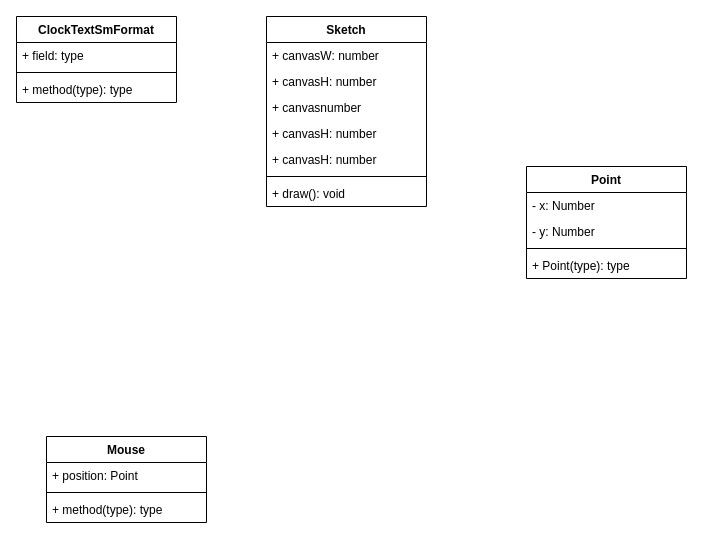
Earlier version of the draw.io diagram page "Page-1" (1 of 3) of bartlebyClock.dio (goingobsolete/bartgraphic). Source tidied: cells renumbered, new cells numbered last; positions are measured from the earlier drawing's top-left corner, leaving out a move shared by most shapes. Both pictures are drawn from the tidied source at 100%, with x=0, y=0 at pixel (16, 16).
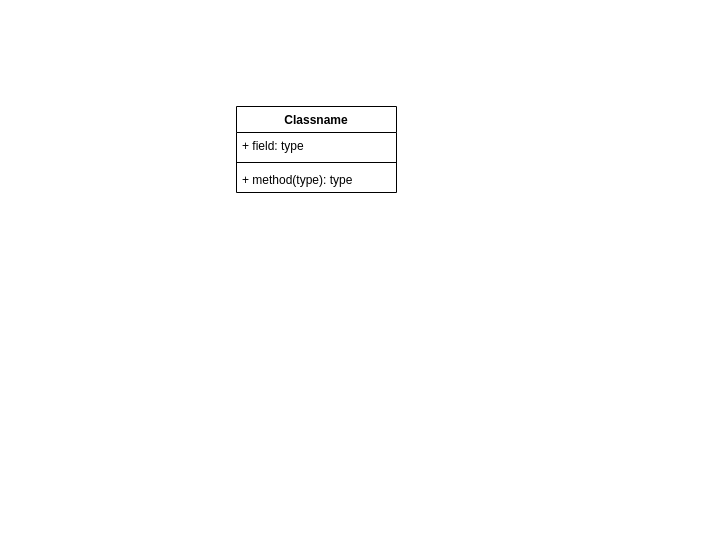
The same page after the edit.

Commit message (it also covers changes not shown here):
moving to new branch for new layers

Diff of the diagram source:
```diff
@@
-    <mxCell id="2" value="ClockTextSmFormat" style="swimlane;fontStyle=1;align=center;verticalAlign=top;horizontal=1;startSize=26;" parent="1" vertex="1">
-      <mxGeometry width="160" height="86" as="geometry" />
-    </mxCell>
+    <mxCell id="10" value="Classname" style="swimlane;fontStyle=1;align=center;verticalAlign=top;horizontal=1;startSize=26;" parent="1" vertex="1">
+      <mxGeometry x="220" y="90" width="160" height="86" as="geometry" />
+    </mxCell>
-    <mxCell id="3" value="+ field: type" style="text;strokeColor=none;fillColor=none;align=left;verticalAlign=top;spacingLeft=4;spacingRight=4;overflow=hidden;" parent="2" vertex="1">
+    <mxCell id="3" value="+ field: type" style="text;strokeColor=none;fillColor=none;align=left;verticalAlign=top;spacingLeft=4;spacingRight=4;overflow=hidden;" parent="10" vertex="1">
       <mxGeometry y="26" width="160" height="26" as="geometry" />
     </mxCell>
-    <mxCell id="4" style="line;strokeWidth=1;fillColor=none;align=left;verticalAlign=middle;spacingTop=-1;spacingLeft=3;spacingRight=3;labelPosition=right;strokeColor=inherit;" parent="2" vertex="1">
-      <mxGeometry y="52" width="160" height="8" as="geometry" />
-    </mxCell>
-    <mxCell id="5" value="+ method(type): type" style="text;strokeColor=none;fillColor=none;align=left;verticalAlign=top;spacingLeft=4;spacingRight=4;overflow=hidden;" parent="2" vertex="1">
-      <mxGeometry y="60" width="160" height="26" as="geometry" />
-    </mxCell>
-    <mxCell id="6" value="Sketch" style="swimlane;fontStyle=1;align=center;verticalAlign=top;horizontal=1;startSize=26;" parent="1" vertex="1">
-      <mxGeometry x="250" width="160" height="190" as="geometry" />
-    </mxCell>
-    <mxCell id="7" value="+ canvasW: number" style="text;strokeColor=none;fillColor=none;align=left;verticalAlign=top;spacingLeft=4;spacingRight=4;overflow=hidden;" parent="6" vertex="1">
-      <mxGeometry y="26" width="160" height="26" as="geometry" />
-    </mxCell>
-    <mxCell id="8" value="+ canvasH: number" style="text;strokeColor=none;fillColor=none;align=left;verticalAlign=top;spacingLeft=4;spacingRight=4;overflow=hidden;" parent="6" vertex="1">
-      <mxGeometry y="52" width="160" height="26" as="geometry" />
-    </mxCell>
-    <mxCell id="9" value="+ canvasnumber" style="text;strokeColor=none;fillColor=none;align=left;verticalAlign=top;spacingLeft=4;spacingRight=4;overflow=hidden;" parent="6" vertex="1">
-      <mxGeometry y="78" width="160" height="26" as="geometry" />
-    </mxCell>
-    <mxCell id="10" value="+ canvasH: number" style="text;strokeColor=none;fillColor=none;align=left;verticalAlign=top;spacingLeft=4;spacingRight=4;overflow=hidden;" parent="6" vertex="1">
-      <mxGeometry y="104" width="160" height="26" as="geometry" />
-    </mxCell>
-    <mxCell id="11" value="+ canvasH: number" style="text;strokeColor=none;fillColor=none;align=left;verticalAlign=top;spacingLeft=4;spacingRight=4;overflow=hidden;" parent="6" vertex="1">
-      <mxGeometry y="130" width="160" height="26" as="geometry" />
-    </mxCell>
-    <mxCell id="12" style="line;strokeWidth=1;fillColor=none;align=left;verticalAlign=middle;spacingTop=-1;spacingLeft=3;spacingRight=3;labelPosition=right;strokeColor=inherit;" parent="6" vertex="1">
-      <mxGeometry y="156" width="160" height="8" as="geometry" />
-    </mxCell>
-    <mxCell id="13" value="+ draw(): void" style="text;strokeColor=none;fillColor=none;align=left;verticalAlign=top;spacingLeft=4;spacingRight=4;overflow=hidden;" parent="6" vertex="1">
-      <mxGeometry y="164" width="160" height="26" as="geometry" />
-    </mxCell>
-    <mxCell id="14" value="Mouse" style="swimlane;fontStyle=1;align=center;verticalAlign=top;horizontal=1;startSize=26;" parent="1" vertex="1">
-      <mxGeometry x="30" y="420" width="160" height="86" as="geometry" />
-    </mxCell>
-    <mxCell id="15" value="+ position: Point" style="text;strokeColor=none;fillColor=none;align=left;verticalAlign=top;spacingLeft=4;spacingRight=4;overflow=hidden;" parent="14" vertex="1">
-      <mxGeometry y="26" width="160" height="26" as="geometry" />
-    </mxCell>
-    <mxCell id="16" style="line;strokeWidth=1;fillColor=none;align=left;verticalAlign=middle;spacingTop=-1;spacingLeft=3;spacingRight=3;labelPosition=right;strokeColor=inherit;" parent="14" vertex="1">
-      <mxGeometry y="52" width="160" height="8" as="geometry" />
-    </mxCell>
-    <mxCell id="17" value="+ method(type): type" style="text;strokeColor=none;fillColor=none;align=left;verticalAlign=top;spacingLeft=4;spacingRight=4;overflow=hidden;" parent="14" vertex="1">
-      <mxGeometry y="60" width="160" height="26" as="geometry" />
-    </mxCell>
-    <mxCell id="18" value="Point" style="swimlane;fontStyle=1;align=center;verticalAlign=top;horizontal=1;startSize=26;" parent="1" vertex="1">
-      <mxGeometry x="510" y="150" width="160" height="112" as="geometry" />
-    </mxCell>
-    <mxCell id="19" value="- x: Number" style="text;strokeColor=none;fillColor=none;align=left;verticalAlign=top;spacingLeft=4;spacingRight=4;overflow=hidden;" parent="18" vertex="1">
-      <mxGeometry y="26" width="160" height="26" as="geometry" />
-    </mxCell>
-    <mxCell id="20" value="- y: Number" style="text;strokeColor=none;fillColor=none;align=left;verticalAlign=top;spacingLeft=4;spacingRight=4;overflow=hidden;" parent="18" vertex="1">
-      <mxGeometry y="52" width="160" height="26" as="geometry" />
-    </mxCell>
-    <mxCell id="21" style="line;strokeWidth=1;fillColor=none;align=left;verticalAlign=middle;spacingTop=-1;spacingLeft=3;spacingRight=3;labelPosition=right;strokeColor=inherit;" parent="18" vertex="1">
-      <mxGeometry y="78" width="160" height="8" as="geometry" />
-    </mxCell>
-    <mxCell id="22" value="+ Point(type): type" style="text;strokeColor=none;fillColor=none;align=left;verticalAlign=top;spacingLeft=4;spacingRight=4;overflow=hidden;" parent="18" vertex="1">
-      <mxGeometry y="86" width="160" height="26" as="geometry" />
-    </mxCell>
+    <mxCell id="23" style="line;strokeWidth=1;fillColor=none;align=left;verticalAlign=middle;spacingTop=-1;spacingLeft=3;spacingRight=3;labelPosition=right;strokeColor=inherit;" parent="10" vertex="1">
+      <mxGeometry y="52" width="160" height="8" as="geometry" />
+    </mxCell>
+    <mxCell id="24" value="+ method(type): type" style="text;strokeColor=none;fillColor=none;align=left;verticalAlign=top;spacingLeft=4;spacingRight=4;overflow=hidden;" parent="10" vertex="1">
+      <mxGeometry y="60" width="160" height="26" as="geometry" />
+    </mxCell>
```
